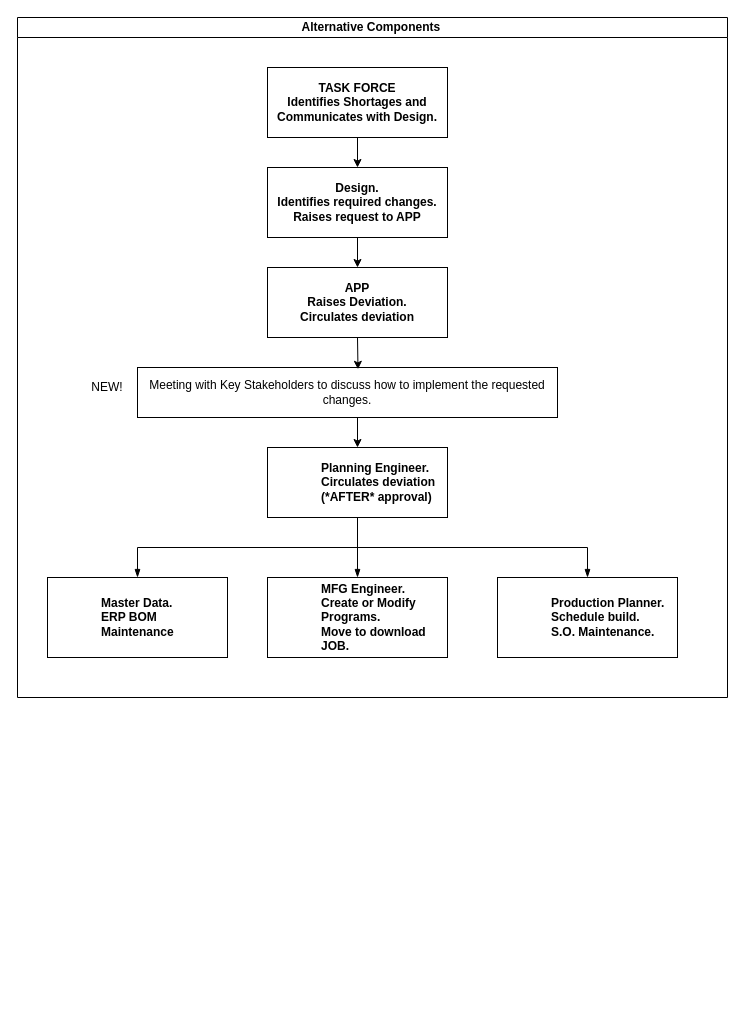
BertieHarte/Drawings keeps this draw.io diagram as Alt_Components.drawio. Above is the earlier version. Source tidied: cells renumbered, new cells numbered last; positions are measured from the earlier drawing's top-left corner, leaving out a move shared by most shapes. Both pictures are drawn from the tidied source at 100%, with x=0, y=0 at pixel (17, 17).
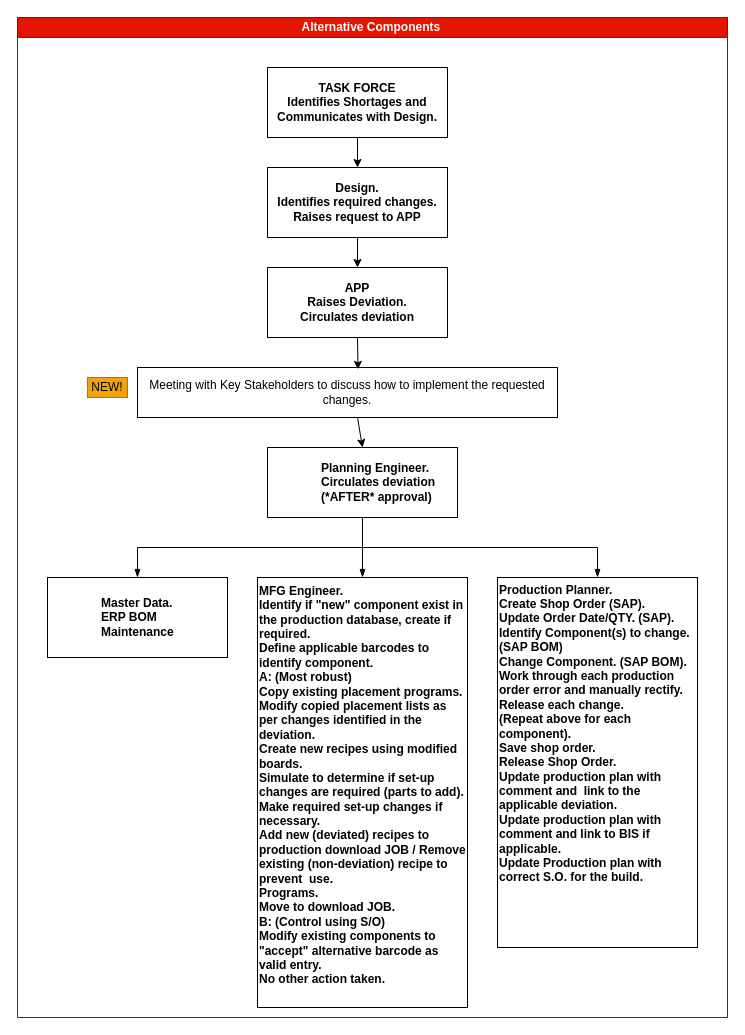
The same page after the edit.

Diff of the diagram source:
```diff
@@
-    <mxCell id="3" value="Alternative Components&amp;nbsp;" style="swimlane;html=1;startSize=20;horizontal=1;containerType=tree;glass=0;align=center;" parent="1" vertex="1">
-      <mxGeometry width="710" height="680" as="geometry" />
+    <mxCell id="3" value="Alternative Components&amp;nbsp;" style="swimlane;html=1;startSize=20;horizontal=1;containerType=tree;glass=0;align=center;fillColor=#e51400;strokeColor=#B20000;fontColor=#ffffff;" parent="1" vertex="1">
+      <mxGeometry width="710" height="1000" as="geometry" />
     </mxCell>
     <mxCell id="4" value="Planning Engineer.&lt;br&gt;Circulates deviation (*AFTER* approval)" style="label;whiteSpace=wrap;html=1;rounded=0;glass=0;" parent="3" vertex="1">
-      <mxGeometry x="250" y="430" width="180" height="70" as="geometry" />
+      <mxGeometry x="250" y="430" width="190" height="70" as="geometry" />
     </mxCell>
@@
-    <mxCell id="8" value="MFG Engineer.&lt;br&gt;Create or Modify Programs.&lt;br&gt;Move to download JOB.&lt;br&gt;" style="label;whiteSpace=wrap;html=1;rounded=0;glass=0;" parent="3" vertex="1">
-      <mxGeometry x="250" y="560" width="180" height="80" as="geometry" />
+    <mxCell id="8" value="MFG Engineer.&lt;br&gt;Identify if &quot;new&quot; component exist in the production database, create if required.&lt;br&gt;Define applicable barcodes to identify component.&lt;br&gt;A: (Most robust)&lt;br&gt;Copy existing placement programs.&lt;br&gt;Modify copied placement lists as per changes identified in the deviation.&lt;br&gt;Create new recipes using modified boards.&lt;br&gt;Simulate to determine if set-up changes are required (parts to add).&lt;br&gt;Make required set-up changes if necessary.&lt;br&gt;Add new (deviated) recipes to production download JOB / Remove existing (non-deviation) recipe to prevent&amp;nbsp; use.&lt;br&gt;Programs.&lt;br&gt;&lt;div&gt;&lt;span&gt;Move to download JOB.&lt;/span&gt;&lt;/div&gt;&lt;div&gt;&lt;span&gt;B: (Control using S/O)&lt;/span&gt;&lt;/div&gt;&lt;div&gt;&lt;span&gt;Modify existing&amp;nbsp;components&amp;nbsp;to &quot;accept&quot; alternative barcode as valid entry.&lt;/span&gt;&lt;/div&gt;&lt;div&gt;&lt;span&gt;No other action taken.&lt;/span&gt;&lt;/div&gt;&lt;div&gt;&lt;span&gt;&lt;br&gt;&lt;/span&gt;&lt;/div&gt;" style="label;whiteSpace=wrap;html=1;rounded=0;glass=0;spacingLeft=0;align=left;" parent="3" vertex="1">
+      <mxGeometry x="240" y="560" width="210" height="430" as="geometry" />
     </mxCell>
@@
-    <mxCell id="10" value="Production Planner.&lt;br&gt;Schedule build.&lt;br&gt;S.O. Maintenance." style="label;whiteSpace=wrap;html=1;rounded=0;glass=0;" parent="3" vertex="1">
-      <mxGeometry x="480" y="560" width="180" height="80" as="geometry" />
+    <mxCell id="10" value="&lt;div&gt;&lt;span&gt;Production Planner.&lt;/span&gt;&lt;/div&gt;&lt;div&gt;&lt;span&gt;Create Shop Order (SAP).&lt;/span&gt;&lt;/div&gt;&lt;div&gt;&lt;span&gt;Update Order Date/QTY. (SAP).&lt;/span&gt;&lt;/div&gt;&lt;div&gt;&lt;span&gt;Identify Component(s) to change.(SAP BOM)&lt;/span&gt;&lt;/div&gt;&lt;div&gt;&lt;span&gt;Change Component. (SAP BOM).&lt;/span&gt;&lt;/div&gt;&lt;div&gt;Work through each production order error and manually rectify.&lt;/div&gt;&lt;div&gt;Release each change.&lt;/div&gt;&lt;div&gt;(Repeat above for each component).&lt;/div&gt;&lt;div&gt;Save shop order.&lt;/div&gt;&lt;div&gt;Release Shop Order.&lt;/div&gt;&lt;div&gt;Update production plan with comment and&amp;nbsp; link to the applicable deviation.&lt;/div&gt;&lt;div&gt;Update production plan with comment and link to BIS if applicable.&lt;/div&gt;&lt;div&gt;Update Production plan with correct S.O. for the build.&lt;/div&gt;&lt;div&gt;&lt;br&gt;&lt;/div&gt;&lt;div&gt;&lt;span&gt;&lt;br&gt;&lt;/span&gt;&lt;/div&gt;&lt;div&gt;&lt;span&gt;&lt;br&gt;&lt;/span&gt;&lt;/div&gt;&lt;div&gt;&lt;span&gt;&lt;br&gt;&lt;/span&gt;&lt;/div&gt;" style="label;whiteSpace=wrap;html=1;rounded=0;glass=0;align=left;spacingLeft=0;" parent="3" vertex="1">
+      <mxGeometry x="480" y="560" width="200" height="370" as="geometry" />
     </mxCell>
@@
-    <mxCell id="17" value="NEW!" style="text;html=1;strokeColor=none;fillColor=none;align=center;verticalAlign=middle;whiteSpace=wrap;rounded=0;" parent="3" vertex="1">
+    <mxCell id="17" value="NEW!" style="text;html=1;strokeColor=#BD7000;fillColor=#f0a30a;align=center;verticalAlign=middle;whiteSpace=wrap;rounded=0;fontColor=#000000;" parent="3" vertex="1">
       <mxGeometry x="70" y="360" width="40" height="20" as="geometry" />
     </mxCell>
```
